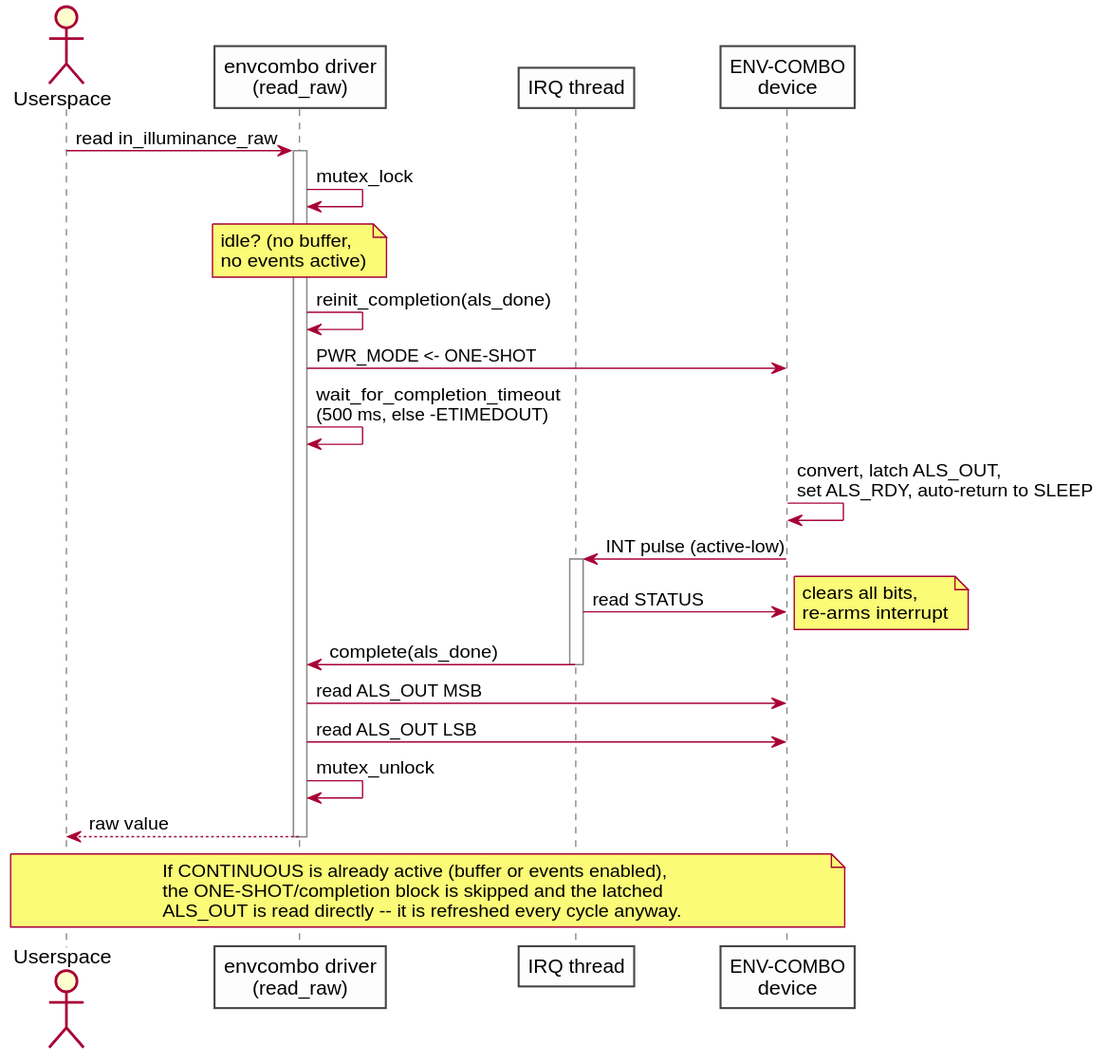
Earlier version of the PlantUML export docs/diagrams/raw-read-seq.svg (giltabibian/NanitComboSensor). Its diagram source:
```plantuml
@startuml raw-read-seq
skinparam shadowing false
skinparam defaultFontName Helvetica
skinparam sequence {
  ParticipantBackgroundColor #FDFDFD
  ParticipantBorderColor #444444
  LifeLineBorderColor #888888
}

actor Userspace as US
participant "envcombo driver\n(read_raw)" as DRV
participant "IRQ thread" as IRQ
participant "ENV-COMBO\ndevice" as HW

US -> DRV : read in_illuminance_raw
activate DRV
DRV -> DRV : mutex_lock
note over DRV : idle? (no buffer,\nno events active)
DRV -> DRV : reinit_completion(als_done)
DRV -> HW : PWR_MODE <- ONE-SHOT
DRV -> DRV : wait_for_completion_timeout\n(500 ms, else -ETIMEDOUT)

HW -> HW : convert, latch ALS_OUT,\nset ALS_RDY, auto-return to SLEEP
HW -> IRQ : INT pulse (active-low)
activate IRQ
IRQ -> HW : read STATUS
note right : clears all bits,\nre-arms interrupt
IRQ -> DRV : complete(als_done)
deactivate IRQ

DRV -> HW : read ALS_OUT MSB
DRV -> HW : read ALS_OUT LSB
DRV -> DRV : mutex_unlock
DRV --> US : raw value
deactivate DRV

note over US, HW
  If CONTINUOUS is already active (buffer or events enabled),
  the ONE-SHOT/completion block is skipped and the latched
  ALS_OUT is read directly -- it is refreshed every cycle anyway.
end note
@enduml
```
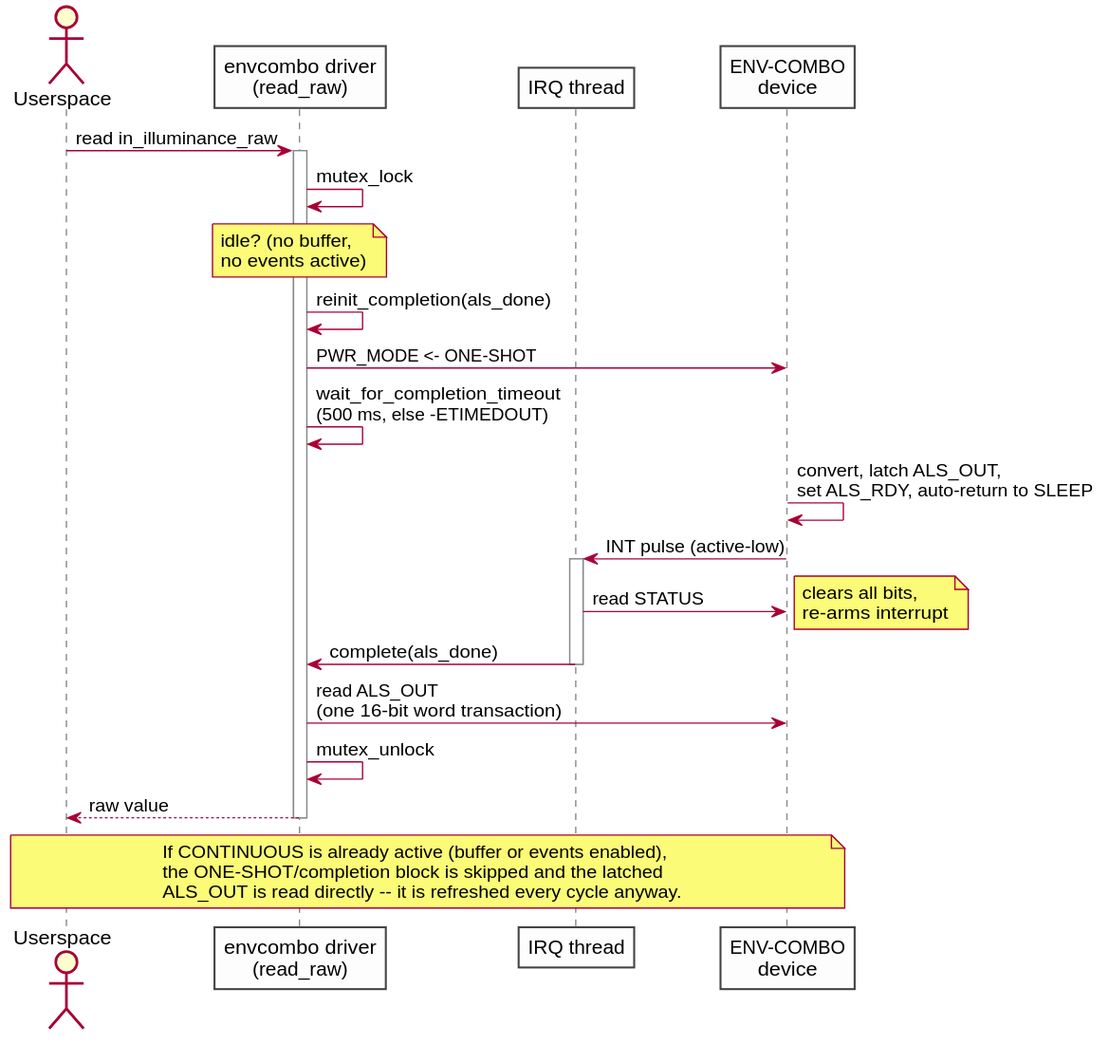
Later version of the same file.

The edit, as a diff of the source:
```diff
@@ -28,8 +28,7 @@
 IRQ -> DRV : complete(als_done)
 deactivate IRQ
 
-DRV -> HW : read ALS_OUT MSB
-DRV -> HW : read ALS_OUT LSB
+DRV -> HW : read ALS_OUT\n(one 16-bit word transaction)
 DRV -> DRV : mutex_unlock
 DRV --> US : raw value
 deactivate DRV
```
